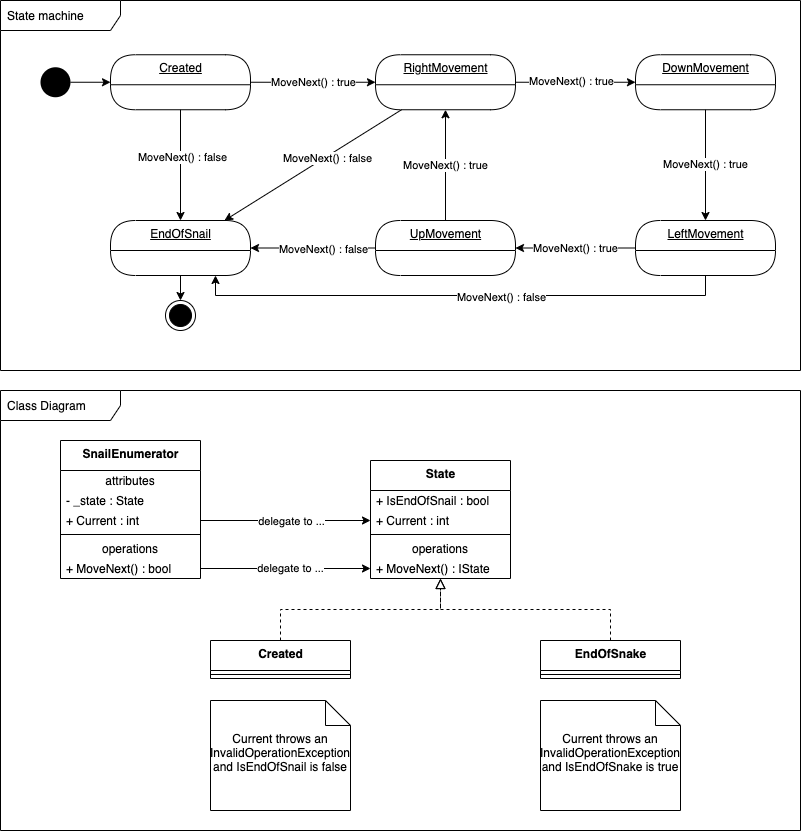
This is Snail/docs/statemachine.drawio.png from wonderbird/katas-in-csharp, a draw.io export, as it was before one commit. Source tidied: cells renumbered, new cells last; positions are measured from the earlier drawing's top-left corner, leaving out a move shared by most shapes.
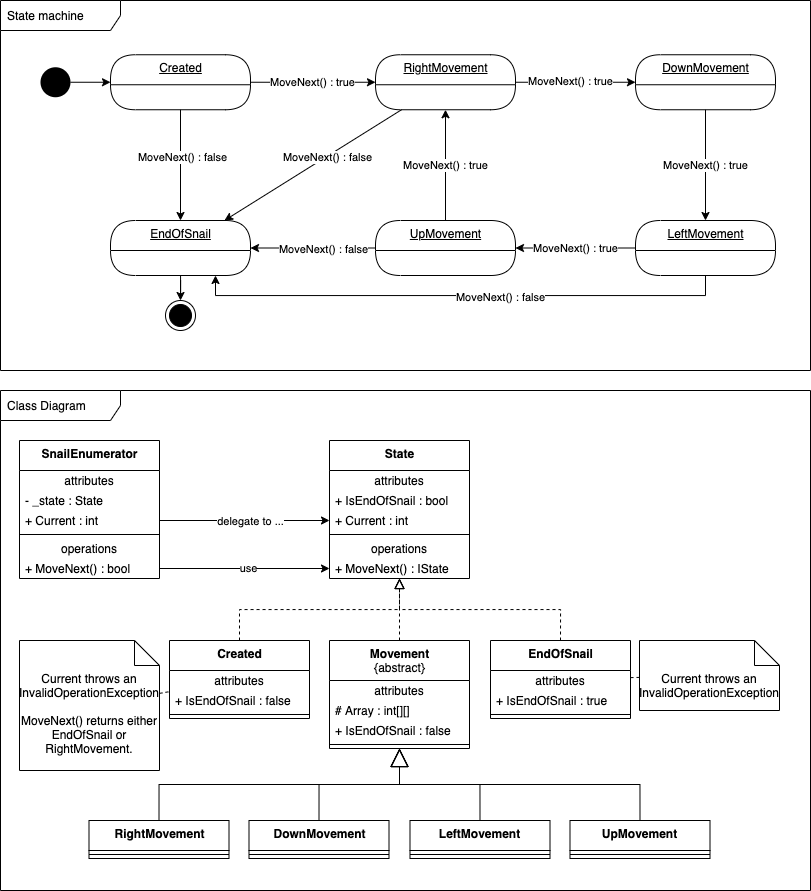
The same file after the commit.

Commit message:
refactor(snail): extract abstract Movement state

What changed in the source:
```diff
@@ -3,10 +3,10 @@
     <mxCell id="0" />
     <mxCell id="1" parent="0" />
     <mxCell id="2" value="Class Diagram" style="shape=umlFrame;whiteSpace=wrap;html=1;width=120;height=30;boundedLbl=1;verticalAlign=middle;align=left;spacingLeft=5;" parent="1" vertex="1">
-      <mxGeometry y="390" width="800" height="440" as="geometry" />
+      <mxGeometry y="390" width="810" height="500" as="geometry" />
     </mxCell>
     <mxCell id="3" value="State machine" style="shape=umlFrame;whiteSpace=wrap;html=1;width=120;height=30;boundedLbl=1;verticalAlign=middle;align=left;spacingLeft=5;" parent="1" vertex="1">
-      <mxGeometry width="800" height="370" as="geometry" />
+      <mxGeometry width="810" height="370" as="geometry" />
     </mxCell>
     <mxCell id="4" style="edgeStyle=orthogonalEdgeStyle;rounded=0;jettySize=auto;html=1;entryX=0;entryY=0.5;entryDx=0;entryDy=0;exitX=1;exitY=0.5;exitDx=0;exitDy=0;" parent="1" edge="1" source="12" target="14">
       <mxGeometry relative="1" as="geometry" />
@@ -47,7 +47,7 @@
       <mxGeometry x="110" y="220" width="140" height="55" as="geometry" />
     </mxCell>
     <mxCell id="16" value="&lt;b&gt;SnailEnumerator&lt;/b&gt;" style="swimlane;fontStyle=0;align=center;verticalAlign=top;horizontal=1;startSize=30;html=1;" parent="1" vertex="1">
-      <mxGeometry x="60" y="440" width="140" height="138" as="geometry" />
+      <mxGeometry x="19" y="440" width="140" height="138" as="geometry" />
     </mxCell>
     <mxCell id="17" value="attributes" style="text;html=1;strokeColor=none;fillColor=none;align=center;verticalAlign=middle;spacingLeft=4;spacingRight=4;overflow=hidden;" parent="16" vertex="1">
       <mxGeometry y="30" width="140" height="20" as="geometry" />
@@ -68,37 +68,52 @@
       <mxGeometry y="118" width="140" height="20" as="geometry" />
     </mxCell>
     <mxCell id="23" value="&lt;b&gt;State&lt;/b&gt;" style="swimlane;fontStyle=0;align=center;verticalAlign=top;horizontal=1;startSize=30;html=1;" parent="1" vertex="1">
-      <mxGeometry x="370" y="460" width="140" height="118" as="geometry" />
+      <mxGeometry x="329" y="440" width="140" height="138" as="geometry" />
     </mxCell>
+    <mxCell id="52" value="attributes" style="text;html=1;strokeColor=none;fillColor=none;align=center;verticalAlign=middle;spacingLeft=4;spacingRight=4;overflow=hidden;" parent="23" vertex="1">
+      <mxGeometry y="30" width="140" height="20" as="geometry" />
+    </mxCell>
     <mxCell id="24" value="+ IsEndOfSnail : bool" style="text;html=1;strokeColor=none;fillColor=none;align=left;verticalAlign=middle;spacingLeft=4;spacingRight=4;overflow=hidden;" parent="23" vertex="1">
-      <mxGeometry y="30" width="140" height="20" as="geometry" />
+      <mxGeometry y="50" width="140" height="20" as="geometry" />
     </mxCell>
     <mxCell id="25" value="+ Current : int" style="text;html=1;strokeColor=none;fillColor=none;align=left;verticalAlign=middle;spacingLeft=4;spacingRight=4;overflow=hidden;points=[[0,0.5],[1,0.5]];portConstraint=eastwest;" parent="23" vertex="1">
-      <mxGeometry y="50" width="140" height="20" as="geometry" />
+      <mxGeometry y="70" width="140" height="20" as="geometry" />
     </mxCell>
     <mxCell id="26" style="line;strokeWidth=1;fillColor=none;align=left;verticalAlign=middle;spacingTop=-1;spacingLeft=3;spacingRight=3;labelPosition=right;" parent="23" vertex="1">
-      <mxGeometry y="70" width="140" height="8" as="geometry" />
+      <mxGeometry y="90" width="140" height="8" as="geometry" />
     </mxCell>
     <mxCell id="27" value="operations" style="text;html=1;strokeColor=none;fillColor=none;align=center;verticalAlign=middle;spacingLeft=4;spacingRight=4;overflow=hidden;" parent="23" vertex="1">
-      <mxGeometry y="78" width="140" height="20" as="geometry" />
+      <mxGeometry y="98" width="140" height="20" as="geometry" />
     </mxCell>
     <mxCell id="28" value="+ MoveNext() : IState" style="text;html=1;strokeColor=none;fillColor=none;align=left;verticalAlign=middle;spacingLeft=4;spacingRight=4;overflow=hidden;points=[[0,0.5],[1,0.5]];portConstraint=eastwest;" parent="23" vertex="1">
-      <mxGeometry y="98" width="140" height="20" as="geometry" />
+      <mxGeometry y="118" width="140" height="20" as="geometry" />
     </mxCell>
     <mxCell id="29" value="&lt;b&gt;Created&lt;/b&gt;" style="swimlane;fontStyle=0;align=center;verticalAlign=top;horizontal=1;startSize=30;html=1;" parent="1" vertex="1">
-      <mxGeometry x="210" y="640" width="140" height="38" as="geometry" />
+      <mxGeometry x="169" y="640" width="140" height="78" as="geometry" />
     </mxCell>
+    <mxCell id="53" value="attributes" style="text;html=1;strokeColor=none;fillColor=none;align=center;verticalAlign=middle;spacingLeft=4;spacingRight=4;overflow=hidden;" parent="29" vertex="1">
+      <mxGeometry y="30" width="140" height="20" as="geometry" />
+    </mxCell>
+    <mxCell id="54" value="+ IsEndOfSnail : false" style="text;html=1;strokeColor=none;fillColor=none;align=left;verticalAlign=middle;spacingLeft=4;spacingRight=4;overflow=hidden;" parent="29" vertex="1">
+      <mxGeometry y="50" width="140" height="20" as="geometry" />
+    </mxCell>
     <mxCell id="30" style="line;strokeWidth=1;fillColor=none;align=left;verticalAlign=middle;spacingTop=-1;spacingLeft=3;spacingRight=3;labelPosition=right;" parent="29" vertex="1">
-      <mxGeometry y="30" width="140" height="8" as="geometry" />
+      <mxGeometry y="70" width="140" height="8" as="geometry" />
     </mxCell>
     <mxCell id="31" style="endArrow=block;startArrow=none;endFill=0;startFill=0;endSize=8;html=1;verticalAlign=bottom;dashed=1;labelBackgroundColor=none;rounded=0;edgeStyle=orthogonalEdgeStyle;exitX=0.5;exitY=0;exitDx=0;exitDy=0;" parent="1" edge="1" source="29" target="23">
       <mxGeometry relative="1" as="geometry" />
     </mxCell>
-    <mxCell id="32" value="&lt;b&gt;EndOfSnake&lt;/b&gt;" style="swimlane;fontStyle=0;align=center;verticalAlign=top;horizontal=1;startSize=30;html=1;" parent="1" vertex="1">
-      <mxGeometry x="540" y="640" width="140" height="38" as="geometry" />
+    <mxCell id="32" value="&lt;b&gt;EndOfSnail&lt;/b&gt;" style="swimlane;fontStyle=0;align=center;verticalAlign=top;horizontal=1;startSize=30;html=1;" parent="1" vertex="1">
+      <mxGeometry x="490" y="640" width="140" height="78" as="geometry" />
     </mxCell>
+    <mxCell id="55" value="attributes" style="text;html=1;strokeColor=none;fillColor=none;align=center;verticalAlign=middle;spacingLeft=4;spacingRight=4;overflow=hidden;" parent="32" vertex="1">
+      <mxGeometry y="30" width="140" height="20" as="geometry" />
+    </mxCell>
+    <mxCell id="56" value="+ IsEndOfSnail : true" style="text;html=1;strokeColor=none;fillColor=none;align=left;verticalAlign=middle;spacingLeft=4;spacingRight=4;overflow=hidden;" parent="32" vertex="1">
+      <mxGeometry y="50" width="140" height="20" as="geometry" />
+    </mxCell>
     <mxCell id="33" style="line;strokeWidth=1;fillColor=none;align=left;verticalAlign=middle;spacingTop=-1;spacingLeft=3;spacingRight=3;labelPosition=right;" parent="32" vertex="1">
-      <mxGeometry y="30" width="140" height="8" as="geometry" />
+      <mxGeometry y="70" width="140" height="8" as="geometry" />
     </mxCell>
     <mxCell id="34" style="endArrow=block;startArrow=none;endFill=0;startFill=0;endSize=8;html=1;verticalAlign=bottom;dashed=1;labelBackgroundColor=none;rounded=0;edgeStyle=orthogonalEdgeStyle;exitX=0.5;exitY=0;exitDx=0;exitDy=0;" parent="1" edge="1" source="32" target="23">
       <mxGeometry relative="1" as="geometry" />
@@ -111,14 +126,14 @@
         <mxPoint x="-7" y="-1" as="offset" />
       </mxGeometry>
     </mxCell>
-    <mxCell id="37" value="delegate to ..." style="edgeStyle=orthogonalEdgeStyle;rounded=0;jettySize=auto;html=1;" parent="1" edge="1" source="22" target="28">
+    <mxCell id="37" value="use" style="edgeStyle=orthogonalEdgeStyle;rounded=0;jettySize=auto;html=1;" parent="1" edge="1" source="22" target="28">
       <mxGeometry x="0.06" relative="1" as="geometry" />
     </mxCell>
-    <mxCell id="38" value="Current throws an InvalidOperationException and IsEndOfSnake is true" style="shape=note2;boundedLbl=1;whiteSpace=wrap;html=1;size=25;verticalAlign=top;align=center;" parent="1" vertex="1">
-      <mxGeometry x="540" y="700" width="140" height="110" as="geometry" />
+    <mxCell id="38" value="Current throws an InvalidOperationException" style="shape=note2;boundedLbl=1;whiteSpace=wrap;html=1;size=25;verticalAlign=top;align=center;" parent="1" vertex="1">
+      <mxGeometry x="639" y="640" width="140" height="70" as="geometry" />
     </mxCell>
-    <mxCell id="39" value="Current throws an InvalidOperationException and IsEndOfSnail is false" style="shape=note2;boundedLbl=1;whiteSpace=wrap;html=1;size=25;verticalAlign=top;align=center;" parent="1" vertex="1">
-      <mxGeometry x="210" y="700" width="140" height="110" as="geometry" />
+    <mxCell id="39" value="Current throws an InvalidOperationException&lt;br&gt;&lt;br&gt;MoveNext() returns either EndOfSnail or RightMovement." style="shape=note2;boundedLbl=1;whiteSpace=wrap;html=1;size=25;verticalAlign=top;align=center;" parent="1" vertex="1">
+      <mxGeometry x="19" y="640" width="140" height="130" as="geometry" />
     </mxCell>
     <mxCell id="40" value="MoveNext() : true" style="edgeStyle=orthogonalEdgeStyle;rounded=0;jettySize=auto;html=1;endArrow=classic;endFill=1;" parent="1" edge="1" source="41" target="43">
       <mxGeometry relative="1" as="geometry" />
@@ -156,5 +171,65 @@
     <mxCell id="51" value="MoveNext() : false" style="edgeLabel;html=1;align=center;verticalAlign=middle;" parent="50" vertex="1">
       <mxGeometry x="-0.15" y="1" relative="1" as="geometry" />
     </mxCell>
+    <mxCell id="57" value="&lt;b&gt;Movement&lt;br&gt;&lt;/b&gt;{abstract}&lt;b&gt;&lt;br&gt;&lt;/b&gt;" style="swimlane;fontStyle=0;align=center;verticalAlign=top;horizontal=1;startSize=40;html=1;" parent="1" vertex="1">
+      <mxGeometry x="329" y="640" width="140" height="108" as="geometry" />
+    </mxCell>
+    <mxCell id="58" value="attributes" style="text;html=1;strokeColor=none;fillColor=none;align=center;verticalAlign=middle;spacingLeft=4;spacingRight=4;overflow=hidden;" parent="57" vertex="1">
+      <mxGeometry y="40" width="140" height="20" as="geometry" />
+    </mxCell>
+    <mxCell id="59" value="# Array : int[][]" style="text;html=1;strokeColor=none;fillColor=none;align=left;verticalAlign=middle;spacingLeft=4;spacingRight=4;overflow=hidden;" parent="57" vertex="1">
+      <mxGeometry y="60" width="140" height="20" as="geometry" />
+    </mxCell>
+    <mxCell id="60" value="+ IsEndOfSnail : false" style="text;html=1;strokeColor=none;fillColor=none;align=left;verticalAlign=middle;spacingLeft=4;spacingRight=4;overflow=hidden;" parent="57" vertex="1">
+      <mxGeometry y="80" width="140" height="20" as="geometry" />
+    </mxCell>
+    <mxCell id="61" style="line;strokeWidth=1;fillColor=none;align=left;verticalAlign=middle;spacingTop=-1;spacingLeft=3;spacingRight=3;labelPosition=right;" parent="57" vertex="1">
+      <mxGeometry y="100" width="140" height="8" as="geometry" />
+    </mxCell>
+    <mxCell id="62" value="&lt;b&gt;RightMovement&lt;/b&gt;" style="swimlane;fontStyle=0;align=center;verticalAlign=top;horizontal=1;startSize=30;html=1;" parent="1" vertex="1">
+      <mxGeometry x="88.5" y="820" width="140" height="38" as="geometry" />
+    </mxCell>
+    <mxCell id="63" style="line;strokeWidth=1;fillColor=none;align=left;verticalAlign=middle;spacingTop=-1;spacingLeft=3;spacingRight=3;labelPosition=right;" parent="62" vertex="1">
+      <mxGeometry y="30" width="140" height="8" as="geometry" />
+    </mxCell>
+    <mxCell id="64" value="&lt;b&gt;DownMovement&lt;/b&gt;" style="swimlane;fontStyle=0;align=center;verticalAlign=top;horizontal=1;startSize=30;html=1;" parent="1" vertex="1">
+      <mxGeometry x="248.5" y="820" width="140" height="38" as="geometry" />
+    </mxCell>
+    <mxCell id="65" style="line;strokeWidth=1;fillColor=none;align=left;verticalAlign=middle;spacingTop=-1;spacingLeft=3;spacingRight=3;labelPosition=right;" parent="64" vertex="1">
+      <mxGeometry y="30" width="140" height="8" as="geometry" />
+    </mxCell>
+    <mxCell id="66" value="&lt;b&gt;LeftMovement&lt;/b&gt;" style="swimlane;fontStyle=0;align=center;verticalAlign=top;horizontal=1;startSize=30;html=1;" parent="1" vertex="1">
+      <mxGeometry x="409.5" y="820" width="140" height="38" as="geometry" />
+    </mxCell>
+    <mxCell id="67" style="line;strokeWidth=1;fillColor=none;align=left;verticalAlign=middle;spacingTop=-1;spacingLeft=3;spacingRight=3;labelPosition=right;" parent="66" vertex="1">
+      <mxGeometry y="30" width="140" height="8" as="geometry" />
+    </mxCell>
+    <mxCell id="68" style="endArrow=block;endSize=16;endFill=0;html=1;rounded=0;edgeStyle=orthogonalEdgeStyle;exitX=0.5;exitY=0;exitDx=0;exitDy=0;" parent="1" edge="1" source="62" target="57">
+      <mxGeometry relative="1" as="geometry" />
+    </mxCell>
+    <mxCell id="69" style="endArrow=block;startArrow=none;endFill=0;startFill=0;endSize=8;html=1;verticalAlign=bottom;dashed=1;labelBackgroundColor=none;rounded=0;edgeStyle=orthogonalEdgeStyle;exitX=0.5;exitY=0;exitDx=0;exitDy=0;" parent="1" edge="1" source="57" target="23">
+      <mxGeometry relative="1" as="geometry" />
+    </mxCell>
+    <mxCell id="70" style="endArrow=block;endSize=16;endFill=0;html=1;rounded=0;edgeStyle=orthogonalEdgeStyle;exitX=0.5;exitY=0;exitDx=0;exitDy=0;" parent="1" edge="1" source="64" target="57">
+      <mxGeometry relative="1" as="geometry" />
+    </mxCell>
+    <mxCell id="71" style="endArrow=block;endSize=16;endFill=0;html=1;rounded=0;edgeStyle=orthogonalEdgeStyle;exitX=0.5;exitY=0;exitDx=0;exitDy=0;" parent="1" edge="1" source="66" target="57">
+      <mxGeometry relative="1" as="geometry" />
+    </mxCell>
+    <mxCell id="72" style="endArrow=none;dashed=1;html=1;rounded=0;" parent="1" edge="1" source="39" target="29">
+      <mxGeometry relative="1" as="geometry" />
+    </mxCell>
+    <mxCell id="73" style="endArrow=none;dashed=1;html=1;rounded=0;" parent="1" edge="1" source="32" target="38">
+      <mxGeometry relative="1" as="geometry" />
+    </mxCell>
+    <mxCell id="74" value="&lt;b&gt;UpMovement&lt;/b&gt;" style="swimlane;fontStyle=0;align=center;verticalAlign=top;horizontal=1;startSize=30;html=1;" parent="1" vertex="1">
+      <mxGeometry x="569.5" y="820" width="140" height="38" as="geometry" />
+    </mxCell>
+    <mxCell id="75" style="line;strokeWidth=1;fillColor=none;align=left;verticalAlign=middle;spacingTop=-1;spacingLeft=3;spacingRight=3;labelPosition=right;" parent="74" vertex="1">
+      <mxGeometry y="30" width="140" height="8" as="geometry" />
+    </mxCell>
+    <mxCell id="76" style="endArrow=block;endSize=16;endFill=0;html=1;rounded=0;edgeStyle=orthogonalEdgeStyle;exitX=0.5;exitY=0;exitDx=0;exitDy=0;" parent="1" edge="1" source="74" target="57">
+      <mxGeometry relative="1" as="geometry" />
+    </mxCell>
   </root>
 </mxGraphModel>
```
